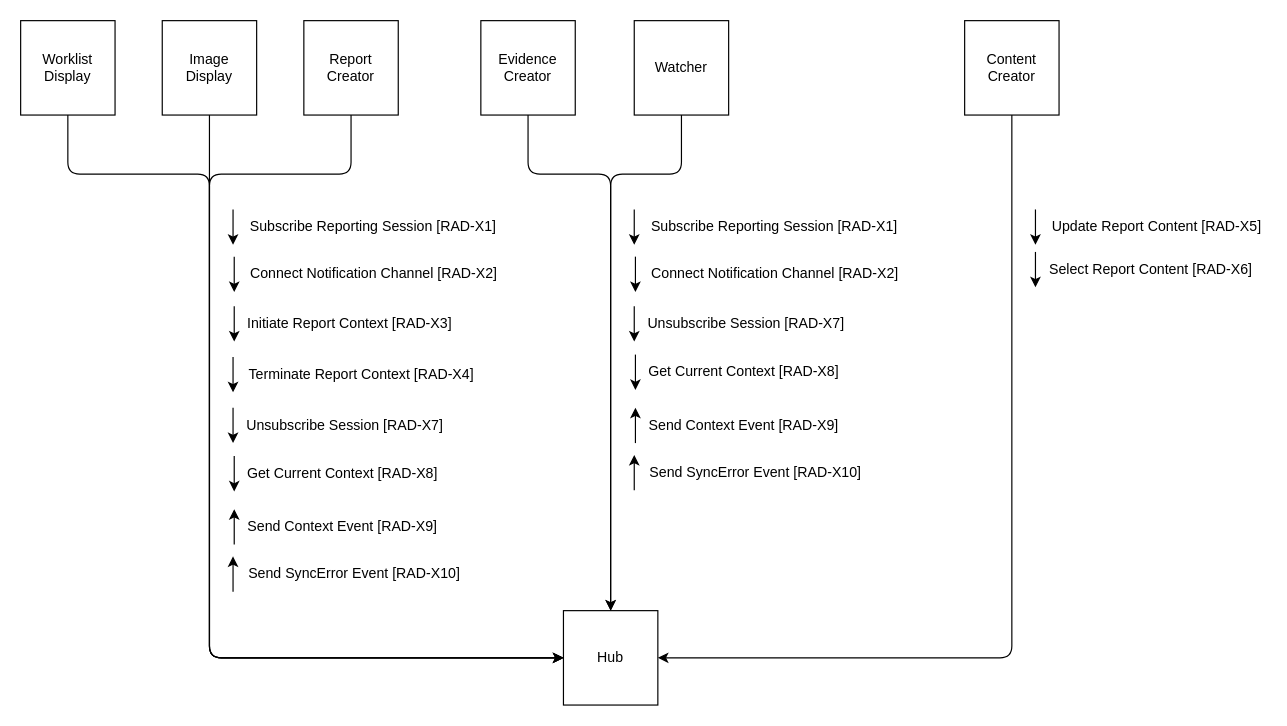
IHE/RAD.IRA keeps this draw.io diagram as page "Full Actors Only" (1 of 4) of input/images-source/actor_transaction.drawio. Above is the earlier version. Source tidied: cells renumbered, new cells numbered last; positions are measured from the earlier drawing's top-left corner, leaving out a move shared by most shapes. Both pictures are drawn from the tidied source at 118%, with x=0, y=0 at pixel (20, 20).
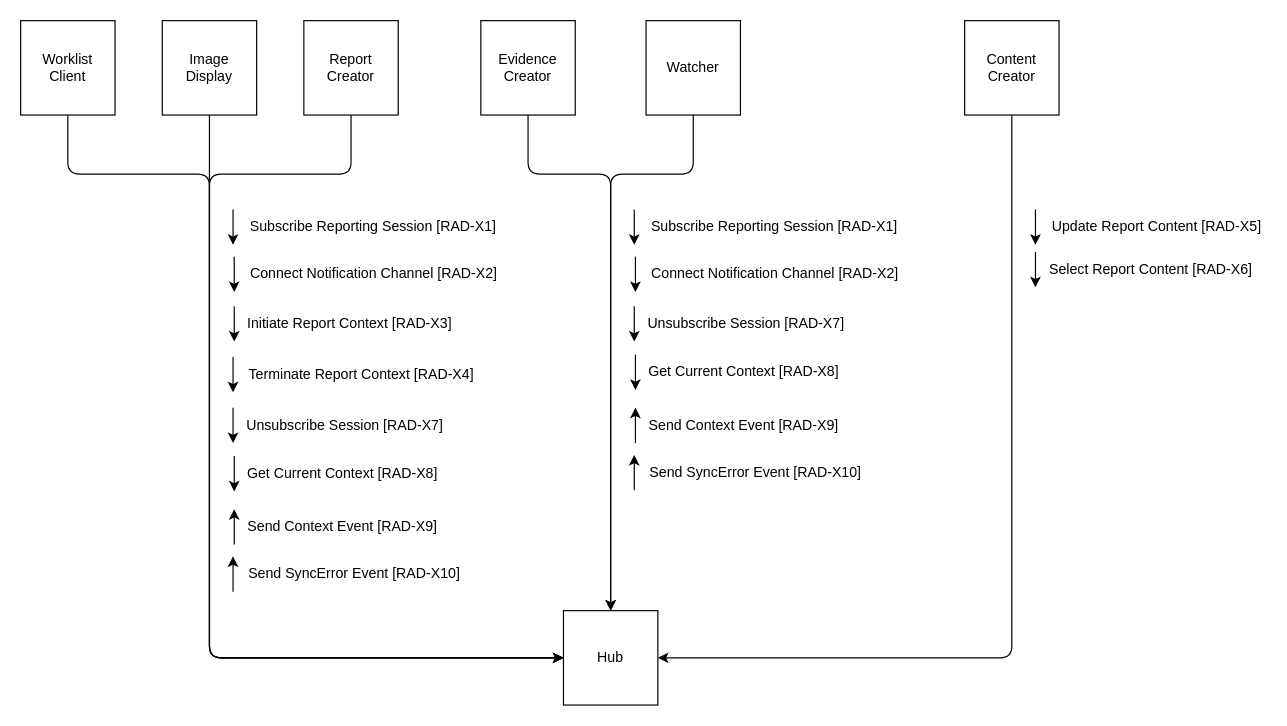
After the change.

Commit message (it also covers changes not shown here):
Changed Worklist Display to Worklist Client.

The change refers to these unchanged cells:
```xml
<mxCell id="8" value="Hub" style="whiteSpace=wrap;html=1;" parent="1" vertex="1">
  <mxGeometry x="460" y="500" width="80" height="80" as="geometry" />
</mxCell>
```

The edit, as a diff of the source:
```diff
@@
-    <mxCell id="3" value="Worklist Display" style="whiteSpace=wrap;html=1;" parent="1" vertex="1">
+    <mxCell id="3" value="Worklist&lt;br&gt;Client" style="whiteSpace=wrap;html=1;" parent="1" vertex="1">
       <mxGeometry width="80" height="80" as="geometry" />
     </mxCell>
@@
     <mxCell id="28" style="edgeStyle=none;html=1;exitX=0.5;exitY=1;exitDx=0;exitDy=0;entryX=0.5;entryY=0;entryDx=0;entryDy=0;" parent="1" edge="1" source="29" target="8">
       <mxGeometry relative="1" as="geometry">
         <Array as="points">
-          <mxPoint x="560" y="130" />
+          <mxPoint x="570" y="130" />
           <mxPoint x="500" y="130" />
         </Array>
       </mxGeometry>
     </mxCell>
     <mxCell id="29" value="Watcher" style="whiteSpace=wrap;html=1;" parent="1" vertex="1">
-      <mxGeometry x="520" width="80" height="80" as="geometry" />
+      <mxGeometry x="530" width="80" height="80" as="geometry" />
     </mxCell>
```
